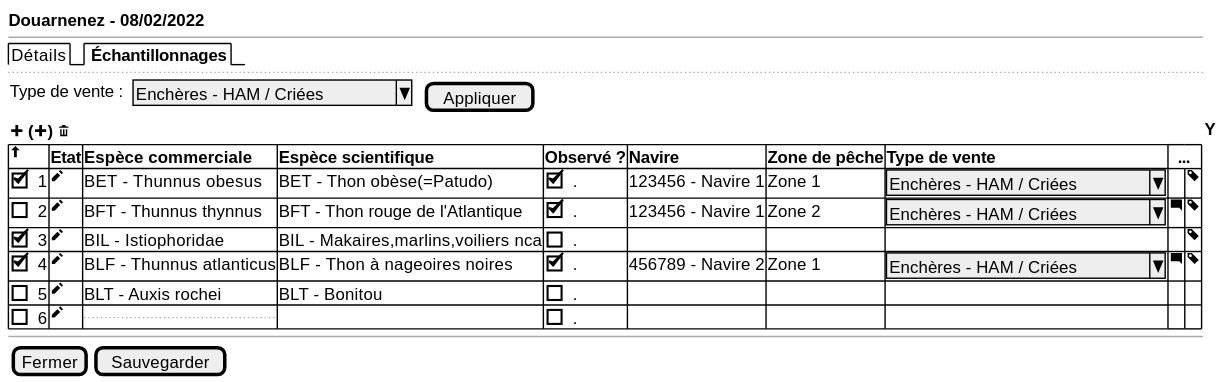
The PlantUML diagram projects/obsvente/spe/images/landings-table-outremer.svg in sumaris-net/sumaris-doc, before a commit. Its source is kept beside it as projects/obsvente/spe/images/landings-table-outremer.puml.
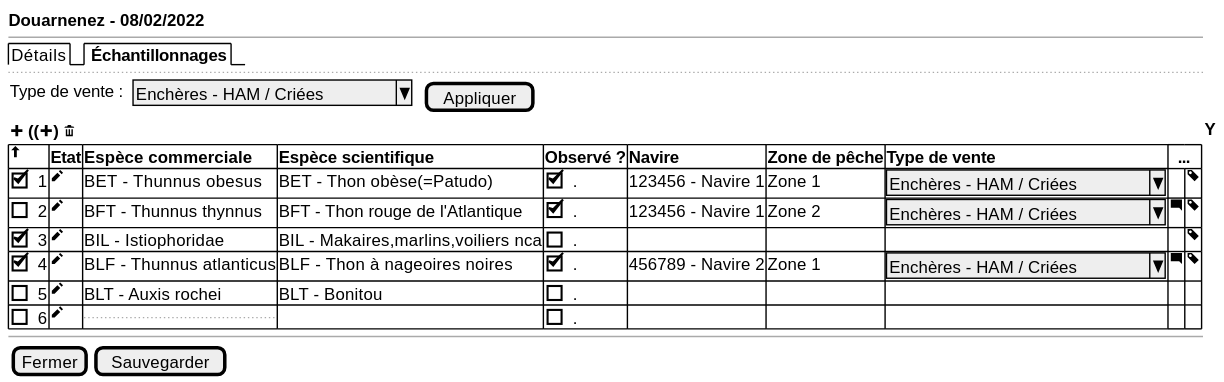
Above is the later version.

The edit, as a diff of the source:
```diff
@@ -6,7 +6,7 @@
   ..
   { Type de vente : | . | ^Enchères - HAM / Criées^ | . | [Appliquer] }
 
-  { <&plus> <b>(<&plus>) <&trash> } | <b>Y
+  { <&plus> <b>((<&plus>) <&trash> } | <b>Y
 	{#
       <&arrow-thick-top> | <b>Etat | <b>Espèce commerciale | <b>Espèce scientifique  | <b>Observé ? | <b>Navire | <b>Zone de pêche| <b>Type de vente | <b>  ... | *
       [X] 1 | <&pencil> |  BET - Thunnus obesus | BET - Thon obèse(=Patudo) | [X]. | 123456 - Navire 1 | Zone 1 | ^Enchères - HAM / Criées^ | . | <&tag>
```
